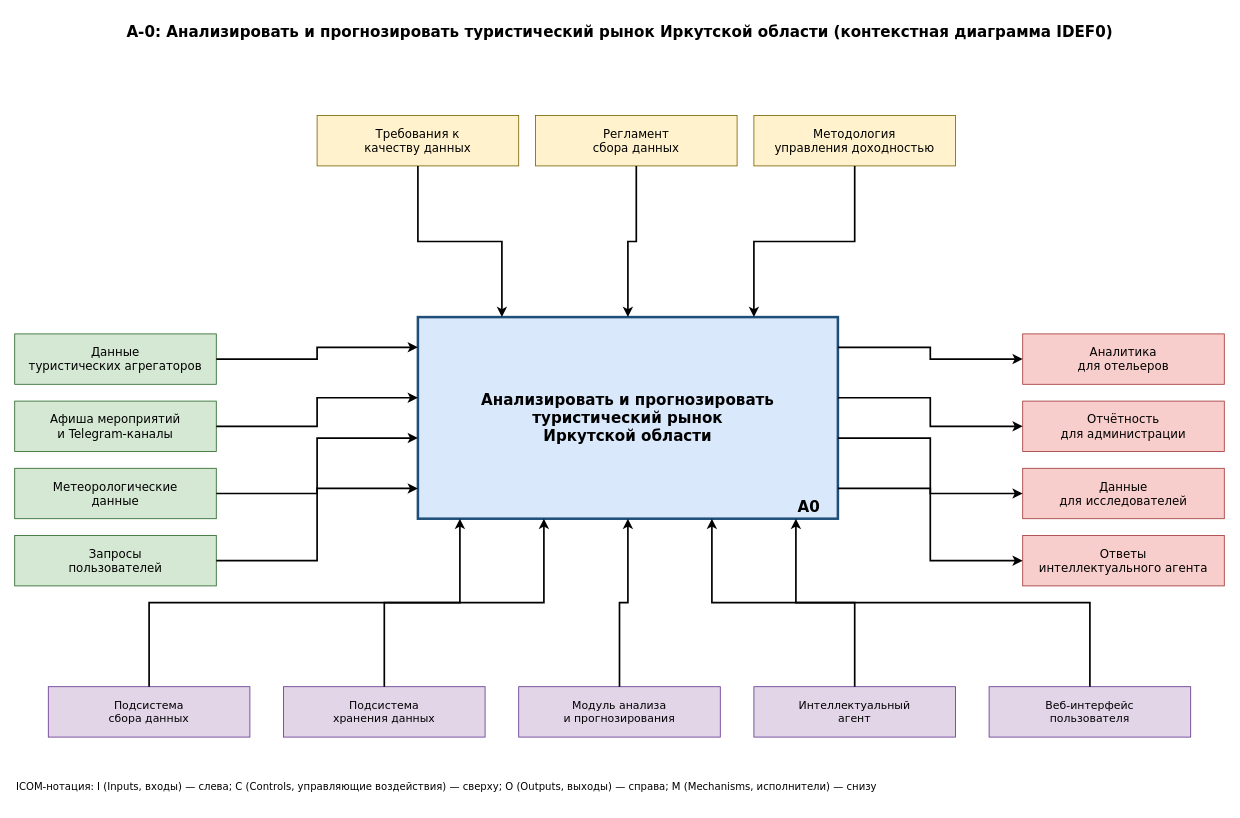
Earlier version of the draw.io diagram models/IDEF0/idef0_a-0_b2b_v2.drawio (Vad1mah/irkutsk-tourism-ias). Source tidied: cells renumbered, new cells numbered last; positions are measured from the earlier drawing's top-left corner, leaving out a move shared by most shapes. Both pictures are drawn from the tidied source at 84%, with x=0, y=0 at pixel (14, 14).
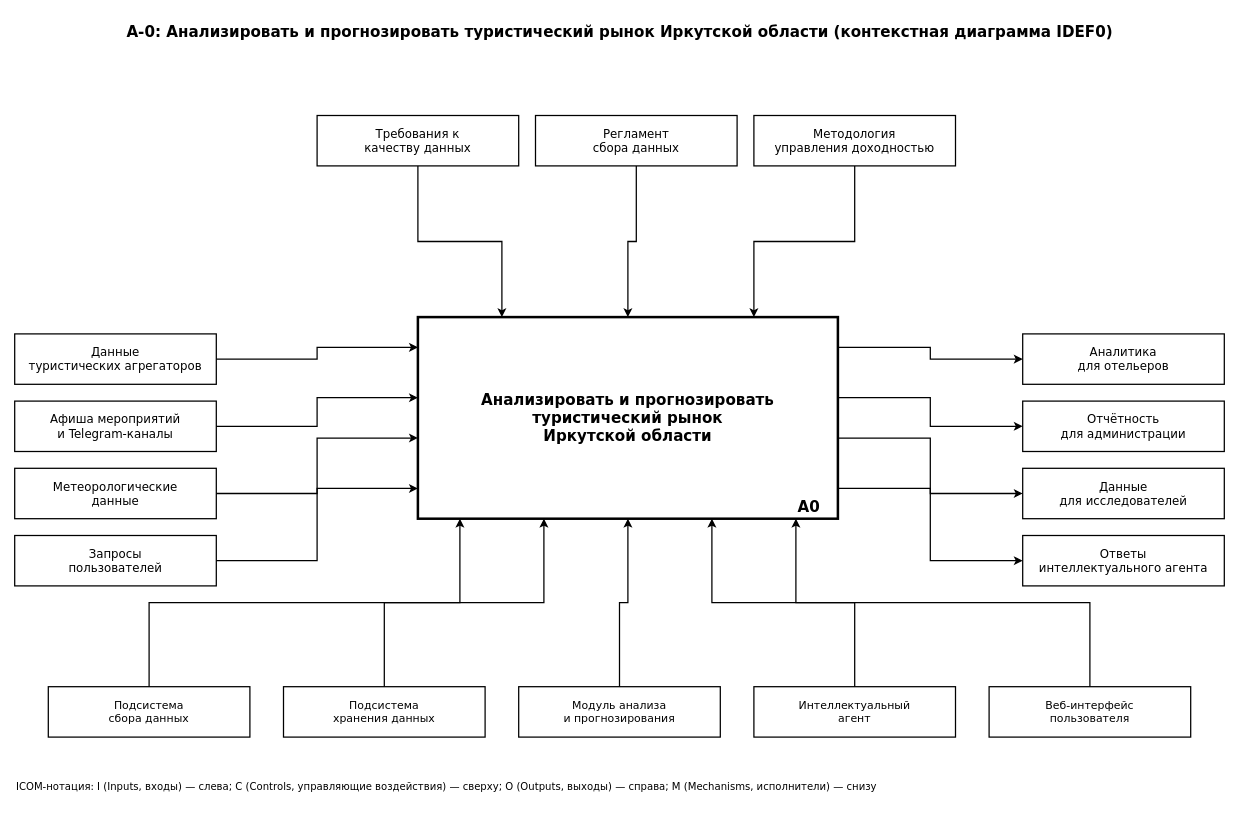
The same diagram, later.

The edit, as a diff of the source:
```diff
@@
-    <mxCell id="3" value="Анализировать и прогнозировать&#10;туристический рынок&#10;Иркутской области" style="rounded=0;whiteSpace=wrap;html=1;fillColor=#dae8fc;strokeColor=#1f4e79;strokeWidth=3;fontFamily=Verdana;fontSize=18;fontStyle=1;align=center;verticalAlign=middle;" parent="1" vertex="1">
+    <mxCell id="3" value="Анализировать и прогнозировать&#10;туристический рынок&#10;Иркутской области" style="rounded=0;whiteSpace=wrap;html=1;fillColor=#ffffff;strokeColor=#000000;strokeWidth=3;fontFamily=Verdana;fontSize=18;fontStyle=1;align=center;verticalAlign=middle;" parent="1" vertex="1">
       <mxGeometry x="480" y="360" width="500" height="240" as="geometry" />
     </mxCell>
@@
-    <mxCell id="5" value="Требования к&#10;качеству данных" style="rounded=0;whiteSpace=wrap;html=1;fillColor=#fff2cc;strokeColor=#7d6608;fontFamily=Verdana;fontSize=14;align=center;verticalAlign=middle;" parent="1" vertex="1">
+    <mxCell id="5" value="Требования к&#10;качеству данных" style="rounded=0;whiteSpace=wrap;html=1;fillColor=#ffffff;strokeColor=#000000;strokeWidth=1.5;fontFamily=Verdana;fontSize=14;align=center;verticalAlign=middle;" parent="1" vertex="1">
       <mxGeometry x="360" y="120" width="240" height="60" as="geometry" />
     </mxCell>
-    <mxCell id="6" value="Регламент&#10;сбора данных" style="rounded=0;whiteSpace=wrap;html=1;fillColor=#fff2cc;strokeColor=#7d6608;fontFamily=Verdana;fontSize=14;align=center;verticalAlign=middle;" parent="1" vertex="1">
+    <mxCell id="6" value="Регламент&#10;сбора данных" style="rounded=0;whiteSpace=wrap;html=1;fillColor=#ffffff;strokeColor=#000000;strokeWidth=1.5;fontFamily=Verdana;fontSize=14;align=center;verticalAlign=middle;" parent="1" vertex="1">
       <mxGeometry x="620" y="120" width="240" height="60" as="geometry" />
     </mxCell>
-    <mxCell id="7" value="Методология&#10;управления доходностью" style="rounded=0;whiteSpace=wrap;html=1;fillColor=#fff2cc;strokeColor=#7d6608;fontFamily=Verdana;fontSize=14;align=center;verticalAlign=middle;" parent="1" vertex="1">
+    <mxCell id="7" value="Методология&#10;управления доходностью" style="rounded=0;whiteSpace=wrap;html=1;fillColor=#ffffff;strokeColor=#000000;strokeWidth=1.5;fontFamily=Verdana;fontSize=14;align=center;verticalAlign=middle;" parent="1" vertex="1">
       <mxGeometry x="880" y="120" width="240" height="60" as="geometry" />
     </mxCell>
-    <mxCell id="8" value="Данные&#10;туристических агрегаторов" style="rounded=0;whiteSpace=wrap;html=1;fillColor=#d5e8d4;strokeColor=#2d6a2d;fontFamily=Verdana;fontSize=14;align=center;verticalAlign=middle;" parent="1" vertex="1">
+    <mxCell id="8" value="Данные&#10;туристических агрегаторов" style="rounded=0;whiteSpace=wrap;html=1;fillColor=#ffffff;strokeColor=#000000;strokeWidth=1.5;fontFamily=Verdana;fontSize=14;align=center;verticalAlign=middle;" parent="1" vertex="1">
       <mxGeometry y="380" width="240" height="60" as="geometry" />
     </mxCell>
-    <mxCell id="9" value="Афиша мероприятий&#10;и Telegram-каналы" style="rounded=0;whiteSpace=wrap;html=1;fillColor=#d5e8d4;strokeColor=#2d6a2d;fontFamily=Verdana;fontSize=14;align=center;verticalAlign=middle;" parent="1" vertex="1">
+    <mxCell id="9" value="Афиша мероприятий&#10;и Telegram-каналы" style="rounded=0;whiteSpace=wrap;html=1;fillColor=#ffffff;strokeColor=#000000;strokeWidth=1.5;fontFamily=Verdana;fontSize=14;align=center;verticalAlign=middle;" parent="1" vertex="1">
       <mxGeometry y="460" width="240" height="60" as="geometry" />
     </mxCell>
-    <mxCell id="10" value="Метеорологические&#10;данные" style="rounded=0;whiteSpace=wrap;html=1;fillColor=#d5e8d4;strokeColor=#2d6a2d;fontFamily=Verdana;fontSize=14;align=center;verticalAlign=middle;" parent="1" vertex="1">
+    <mxCell id="10" value="Метеорологические&#10;данные" style="rounded=0;whiteSpace=wrap;html=1;fillColor=#ffffff;strokeColor=#000000;strokeWidth=1.5;fontFamily=Verdana;fontSize=14;align=center;verticalAlign=middle;" parent="1" vertex="1">
       <mxGeometry y="540" width="240" height="60" as="geometry" />
     </mxCell>
-    <mxCell id="11" value="Запросы&#10;пользователей" style="rounded=0;whiteSpace=wrap;html=1;fillColor=#d5e8d4;strokeColor=#2d6a2d;fontFamily=Verdana;fontSize=14;align=center;verticalAlign=middle;" parent="1" vertex="1">
+    <mxCell id="11" value="Запросы&#10;пользователей" style="rounded=0;whiteSpace=wrap;html=1;fillColor=#ffffff;strokeColor=#000000;strokeWidth=1.5;fontFamily=Verdana;fontSize=14;align=center;verticalAlign=middle;" parent="1" vertex="1">
       <mxGeometry y="620" width="240" height="60" as="geometry" />
     </mxCell>
-    <mxCell id="12" value="Аналитика&#10;для отельеров" style="rounded=0;whiteSpace=wrap;html=1;fillColor=#f8cecc;strokeColor=#a33b3b;fontFamily=Verdana;fontSize=14;align=center;verticalAlign=middle;" parent="1" vertex="1">
+    <mxCell id="12" value="Аналитика&#10;для отельеров" style="rounded=0;whiteSpace=wrap;html=1;fillColor=#ffffff;strokeColor=#000000;strokeWidth=1.5;fontFamily=Verdana;fontSize=14;align=center;verticalAlign=middle;" parent="1" vertex="1">
       <mxGeometry x="1200" y="380" width="240" height="60" as="geometry" />
     </mxCell>
-    <mxCell id="13" value="Отчётность&#10;для администрации" style="rounded=0;whiteSpace=wrap;html=1;fillColor=#f8cecc;strokeColor=#a33b3b;fontFamily=Verdana;fontSize=14;align=center;verticalAlign=middle;" parent="1" vertex="1">
+    <mxCell id="13" value="Отчётность&#10;для администрации" style="rounded=0;whiteSpace=wrap;html=1;fillColor=#ffffff;strokeColor=#000000;strokeWidth=1.5;fontFamily=Verdana;fontSize=14;align=center;verticalAlign=middle;" parent="1" vertex="1">
       <mxGeometry x="1200" y="460" width="240" height="60" as="geometry" />
     </mxCell>
-    <mxCell id="14" value="Данные&#10;для исследователей" style="rounded=0;whiteSpace=wrap;html=1;fillColor=#f8cecc;strokeColor=#a33b3b;fontFamily=Verdana;fontSize=14;align=center;verticalAlign=middle;" parent="1" vertex="1">
+    <mxCell id="14" value="Данные&#10;для исследователей" style="rounded=0;whiteSpace=wrap;html=1;fillColor=#ffffff;strokeColor=#000000;strokeWidth=1.5;fontFamily=Verdana;fontSize=14;align=center;verticalAlign=middle;" parent="1" vertex="1">
       <mxGeometry x="1200" y="540" width="240" height="60" as="geometry" />
     </mxCell>
-    <mxCell id="15" value="Ответы&#10;интеллектуального агента" style="rounded=0;whiteSpace=wrap;html=1;fillColor=#f8cecc;strokeColor=#a33b3b;fontFamily=Verdana;fontSize=14;align=center;verticalAlign=middle;" parent="1" vertex="1">
+    <mxCell id="15" value="Ответы&#10;интеллектуального агента" style="rounded=0;whiteSpace=wrap;html=1;fillColor=#ffffff;strokeColor=#000000;strokeWidth=1.5;fontFamily=Verdana;fontSize=14;align=center;verticalAlign=middle;" parent="1" vertex="1">
       <mxGeometry x="1200" y="620" width="240" height="60" as="geometry" />
     </mxCell>
-    <mxCell id="16" value="Подсистема&#10;сбора данных" style="rounded=0;whiteSpace=wrap;html=1;fillColor=#e1d5e7;strokeColor=#673a93;fontFamily=Verdana;fontSize=13;align=center;verticalAlign=middle;" parent="1" vertex="1">
+    <mxCell id="16" value="Подсистема&#10;сбора данных" style="rounded=0;whiteSpace=wrap;html=1;fillColor=#ffffff;strokeColor=#000000;strokeWidth=1.5;fontFamily=Verdana;fontSize=13;align=center;verticalAlign=middle;" parent="1" vertex="1">
       <mxGeometry x="40" y="800" width="240" height="60" as="geometry" />
     </mxCell>
-    <mxCell id="17" value="Подсистема&#10;хранения данных" style="rounded=0;whiteSpace=wrap;html=1;fillColor=#e1d5e7;strokeColor=#673a93;fontFamily=Verdana;fontSize=13;align=center;verticalAlign=middle;" parent="1" vertex="1">
+    <mxCell id="17" value="Подсистема&#10;хранения данных" style="rounded=0;whiteSpace=wrap;html=1;fillColor=#ffffff;strokeColor=#000000;strokeWidth=1.5;fontFamily=Verdana;fontSize=13;align=center;verticalAlign=middle;" parent="1" vertex="1">
       <mxGeometry x="320" y="800" width="240" height="60" as="geometry" />
     </mxCell>
-    <mxCell id="18" value="Модуль анализа&#10;и прогнозирования" style="rounded=0;whiteSpace=wrap;html=1;fillColor=#e1d5e7;strokeColor=#673a93;fontFamily=Verdana;fontSize=13;align=center;verticalAlign=middle;" parent="1" vertex="1">
+    <mxCell id="18" value="Модуль анализа&#10;и прогнозирования" style="rounded=0;whiteSpace=wrap;html=1;fillColor=#ffffff;strokeColor=#000000;strokeWidth=1.5;fontFamily=Verdana;fontSize=13;align=center;verticalAlign=middle;" parent="1" vertex="1">
       <mxGeometry x="600" y="800" width="240" height="60" as="geometry" />
     </mxCell>
-    <mxCell id="19" value="Интеллектуальный&#10;агент" style="rounded=0;whiteSpace=wrap;html=1;fillColor=#e1d5e7;strokeColor=#673a93;fontFamily=Verdana;fontSize=13;align=center;verticalAlign=middle;" parent="1" vertex="1">
+    <mxCell id="19" value="Интеллектуальный&#10;агент" style="rounded=0;whiteSpace=wrap;html=1;fillColor=#ffffff;strokeColor=#000000;strokeWidth=1.5;fontFamily=Verdana;fontSize=13;align=center;verticalAlign=middle;" parent="1" vertex="1">
       <mxGeometry x="880" y="800" width="240" height="60" as="geometry" />
     </mxCell>
-    <mxCell id="20" value="Веб-интерфейс&#10;пользователя" style="rounded=0;whiteSpace=wrap;html=1;fillColor=#e1d5e7;strokeColor=#673a93;fontFamily=Verdana;fontSize=13;align=center;verticalAlign=middle;" parent="1" vertex="1">
+    <mxCell id="20" value="Веб-интерфейс&#10;пользователя" style="rounded=0;whiteSpace=wrap;html=1;fillColor=#ffffff;strokeColor=#000000;strokeWidth=1.5;fontFamily=Verdana;fontSize=13;align=center;verticalAlign=middle;" parent="1" vertex="1">
       <mxGeometry x="1160" y="800" width="240" height="60" as="geometry" />
     </mxCell>
-    <mxCell id="21" style="endArrow=classic;html=1;rounded=0;edgeStyle=orthogonalEdgeStyle;exitX=0.5;exitY=1;exitDx=0;exitDy=0;entryX=0.2;entryY=0;entryDx=0;entryDy=0;strokeWidth=2;" parent="1" edge="1" source="5" target="3">
+    <mxCell id="21" style="endArrow=classic;html=1;rounded=0;edgeStyle=orthogonalEdgeStyle;exitX=0.5;exitY=1;exitDx=0;exitDy=0;entryX=0.2;entryY=0;entryDx=0;entryDy=0;strokeWidth=1.5;" parent="1" edge="1" source="5" target="3">
       <mxGeometry relative="1" as="geometry" />
     </mxCell>
-    <mxCell id="22" style="endArrow=classic;html=1;rounded=0;edgeStyle=orthogonalEdgeStyle;exitX=0.5;exitY=1;exitDx=0;exitDy=0;entryX=0.5;entryY=0;entryDx=0;entryDy=0;strokeWidth=2;" parent="1" edge="1" source="6" target="3">
+    <mxCell id="22" style="endArrow=classic;html=1;rounded=0;edgeStyle=orthogonalEdgeStyle;exitX=0.5;exitY=1;exitDx=0;exitDy=0;entryX=0.5;entryY=0;entryDx=0;entryDy=0;strokeWidth=1.5;" parent="1" edge="1" source="6" target="3">
       <mxGeometry relative="1" as="geometry" />
     </mxCell>
-    <mxCell id="23" style="endArrow=classic;html=1;rounded=0;edgeStyle=orthogonalEdgeStyle;exitX=0.5;exitY=1;exitDx=0;exitDy=0;entryX=0.8;entryY=0;entryDx=0;entryDy=0;strokeWidth=2;" parent="1" edge="1" source="7" target="3">
+    <mxCell id="23" style="endArrow=classic;html=1;rounded=0;edgeStyle=orthogonalEdgeStyle;exitX=0.5;exitY=1;exitDx=0;exitDy=0;entryX=0.8;entryY=0;entryDx=0;entryDy=0;strokeWidth=1.5;" parent="1" edge="1" source="7" target="3">
       <mxGeometry relative="1" as="geometry" />
     </mxCell>
-    <mxCell id="24" style="endArrow=classic;html=1;rounded=0;edgeStyle=orthogonalEdgeStyle;exitX=1;exitY=0.5;exitDx=0;exitDy=0;entryX=0;entryY=0.15;entryDx=0;entryDy=0;strokeWidth=2;" parent="1" edge="1" source="8" target="3">
+    <mxCell id="24" style="endArrow=classic;html=1;rounded=0;edgeStyle=orthogonalEdgeStyle;exitX=1;exitY=0.5;exitDx=0;exitDy=0;entryX=0;entryY=0.15;entryDx=0;entryDy=0;strokeWidth=1.5;" parent="1" edge="1" source="8" target="3">
       <mxGeometry relative="1" as="geometry" />
     </mxCell>
-    <mxCell id="25" style="endArrow=classic;html=1;rounded=0;edgeStyle=orthogonalEdgeStyle;exitX=1;exitY=0.5;exitDx=0;exitDy=0;entryX=0;entryY=0.4;entryDx=0;entryDy=0;strokeWidth=2;" parent="1" edge="1" source="9" target="3">
+    <mxCell id="25" style="endArrow=classic;html=1;rounded=0;edgeStyle=orthogonalEdgeStyle;exitX=1;exitY=0.5;exitDx=0;exitDy=0;entryX=0;entryY=0.4;entryDx=0;entryDy=0;strokeWidth=1.5;" parent="1" edge="1" source="9" target="3">
       <mxGeometry relative="1" as="geometry" />
     </mxCell>
-    <mxCell id="26" style="endArrow=classic;html=1;rounded=0;edgeStyle=orthogonalEdgeStyle;exitX=1;exitY=0.5;exitDx=0;exitDy=0;entryX=0;entryY=0.6;entryDx=0;entryDy=0;strokeWidth=2;" parent="1" edge="1" source="10" target="3">
+    <mxCell id="26" style="endArrow=classic;html=1;rounded=0;edgeStyle=orthogonalEdgeStyle;exitX=1;exitY=0.5;exitDx=0;exitDy=0;entryX=0;entryY=0.6;entryDx=0;entryDy=0;strokeWidth=1.5;" parent="1" edge="1" source="10" target="3">
       <mxGeometry relative="1" as="geometry" />
     </mxCell>
-    <mxCell id="27" style="endArrow=classic;html=1;rounded=0;edgeStyle=orthogonalEdgeStyle;exitX=1;exitY=0.5;exitDx=0;exitDy=0;entryX=0;entryY=0.85;entryDx=0;entryDy=0;strokeWidth=2;" parent="1" edge="1" source="11" target="3">
+    <mxCell id="27" style="endArrow=classic;html=1;rounded=0;edgeStyle=orthogonalEdgeStyle;exitX=1;exitY=0.5;exitDx=0;exitDy=0;entryX=0;entryY=0.85;entryDx=0;entryDy=0;strokeWidth=1.5;" parent="1" edge="1" source="11" target="3">
       <mxGeometry relative="1" as="geometry" />
     </mxCell>
-    <mxCell id="28" style="endArrow=classic;html=1;rounded=0;edgeStyle=orthogonalEdgeStyle;exitX=1;exitY=0.15;exitDx=0;exitDy=0;entryX=0;entryY=0.5;entryDx=0;entryDy=0;strokeWidth=2;" parent="1" edge="1" source="3" target="12">
+    <mxCell id="28" style="endArrow=classic;html=1;rounded=0;edgeStyle=orthogonalEdgeStyle;exitX=1;exitY=0.15;exitDx=0;exitDy=0;entryX=0;entryY=0.5;entryDx=0;entryDy=0;strokeWidth=1.5;" parent="1" edge="1" source="3" target="12">
       <mxGeometry relative="1" as="geometry" />
     </mxCell>
-    <mxCell id="29" style="endArrow=classic;html=1;rounded=0;edgeStyle=orthogonalEdgeStyle;exitX=1;exitY=0.4;exitDx=0;exitDy=0;entryX=0;entryY=0.5;entryDx=0;entryDy=0;strokeWidth=2;" parent="1" edge="1" source="3" target="13">
+    <mxCell id="29" style="endArrow=classic;html=1;rounded=0;edgeStyle=orthogonalEdgeStyle;exitX=1;exitY=0.4;exitDx=0;exitDy=0;entryX=0;entryY=0.5;entryDx=0;entryDy=0;strokeWidth=1.5;" parent="1" edge="1" source="3" target="13">
       <mxGeometry relative="1" as="geometry" />
     </mxCell>
-    <mxCell id="30" style="endArrow=classic;html=1;rounded=0;edgeStyle=orthogonalEdgeStyle;exitX=1;exitY=0.6;exitDx=0;exitDy=0;entryX=0;entryY=0.5;entryDx=0;entryDy=0;strokeWidth=2;" parent="1" edge="1" source="3" target="14">
+    <mxCell id="30" style="endArrow=classic;html=1;rounded=0;edgeStyle=orthogonalEdgeStyle;exitX=1;exitY=0.6;exitDx=0;exitDy=0;entryX=0;entryY=0.5;entryDx=0;entryDy=0;strokeWidth=1.5;" parent="1" edge="1" source="3" target="14">
       <mxGeometry relative="1" as="geometry" />
     </mxCell>
-    <mxCell id="31" style="endArrow=classic;html=1;rounded=0;edgeStyle=orthogonalEdgeStyle;exitX=1;exitY=0.85;exitDx=0;exitDy=0;entryX=0;entryY=0.5;entryDx=0;entryDy=0;strokeWidth=2;" parent="1" edge="1" source="3" target="15">
+    <mxCell id="31" style="endArrow=classic;html=1;rounded=0;edgeStyle=orthogonalEdgeStyle;exitX=1;exitY=0.85;exitDx=0;exitDy=0;entryX=0;entryY=0.5;entryDx=0;entryDy=0;strokeWidth=1.5;" parent="1" edge="1" source="3" target="15">
       <mxGeometry relative="1" as="geometry" />
     </mxCell>
-    <mxCell id="32" style="endArrow=classic;html=1;rounded=0;edgeStyle=orthogonalEdgeStyle;exitX=0.5;exitY=0;exitDx=0;exitDy=0;entryX=0.1;entryY=1;entryDx=0;entryDy=0;strokeWidth=2;" parent="1" edge="1" source="16" target="3">
+    <mxCell id="32" style="endArrow=classic;html=1;rounded=0;edgeStyle=orthogonalEdgeStyle;exitX=0.5;exitY=0;exitDx=0;exitDy=0;entryX=0.1;entryY=1;entryDx=0;entryDy=0;strokeWidth=1.5;" parent="1" edge="1" source="16" target="3">
       <mxGeometry relative="1" as="geometry" />
     </mxCell>
-    <mxCell id="33" style="endArrow=classic;html=1;rounded=0;edgeStyle=orthogonalEdgeStyle;exitX=0.5;exitY=0;exitDx=0;exitDy=0;entryX=0.3;entryY=1;entryDx=0;entryDy=0;strokeWidth=2;" parent="1" edge="1" source="17" target="3">
+    <mxCell id="33" style="endArrow=classic;html=1;rounded=0;edgeStyle=orthogonalEdgeStyle;exitX=0.5;exitY=0;exitDx=0;exitDy=0;entryX=0.3;entryY=1;entryDx=0;entryDy=0;strokeWidth=1.5;" parent="1" edge="1" source="17" target="3">
       <mxGeometry relative="1" as="geometry" />
     </mxCell>
-    <mxCell id="34" style="endArrow=classic;html=1;rounded=0;edgeStyle=orthogonalEdgeStyle;exitX=0.5;exitY=0;exitDx=0;exitDy=0;entryX=0.5;entryY=1;entryDx=0;entryDy=0;strokeWidth=2;" parent="1" edge="1" source="18" target="3">
+    <mxCell id="34" style="endArrow=classic;html=1;rounded=0;edgeStyle=orthogonalEdgeStyle;exitX=0.5;exitY=0;exitDx=0;exitDy=0;entryX=0.5;entryY=1;entryDx=0;entryDy=0;strokeWidth=1.5;" parent="1" edge="1" source="18" target="3">
       <mxGeometry relative="1" as="geometry" />
     </mxCell>
-    <mxCell id="35" style="endArrow=classic;html=1;rounded=0;edgeStyle=orthogonalEdgeStyle;exitX=0.5;exitY=0;exitDx=0;exitDy=0;entryX=0.7;entryY=1;entryDx=0;entryDy=0;strokeWidth=2;" parent="1" edge="1" source="19" target="3">
+    <mxCell id="35" style="endArrow=classic;html=1;rounded=0;edgeStyle=orthogonalEdgeStyle;exitX=0.5;exitY=0;exitDx=0;exitDy=0;entryX=0.7;entryY=1;entryDx=0;entryDy=0;strokeWidth=1.5;" parent="1" edge="1" source="19" target="3">
       <mxGeometry relative="1" as="geometry" />
     </mxCell>
-    <mxCell id="36" style="endArrow=classic;html=1;rounded=0;edgeStyle=orthogonalEdgeStyle;exitX=0.5;exitY=0;exitDx=0;exitDy=0;entryX=0.9;entryY=1;entryDx=0;entryDy=0;strokeWidth=2;" parent="1" edge="1" source="20" target="3">
+    <mxCell id="36" style="endArrow=classic;html=1;rounded=0;edgeStyle=orthogonalEdgeStyle;exitX=0.5;exitY=0;exitDx=0;exitDy=0;entryX=0.9;entryY=1;entryDx=0;entryDy=0;strokeWidth=1.5;" parent="1" edge="1" source="20" target="3">
       <mxGeometry relative="1" as="geometry" />
     </mxCell>
```
